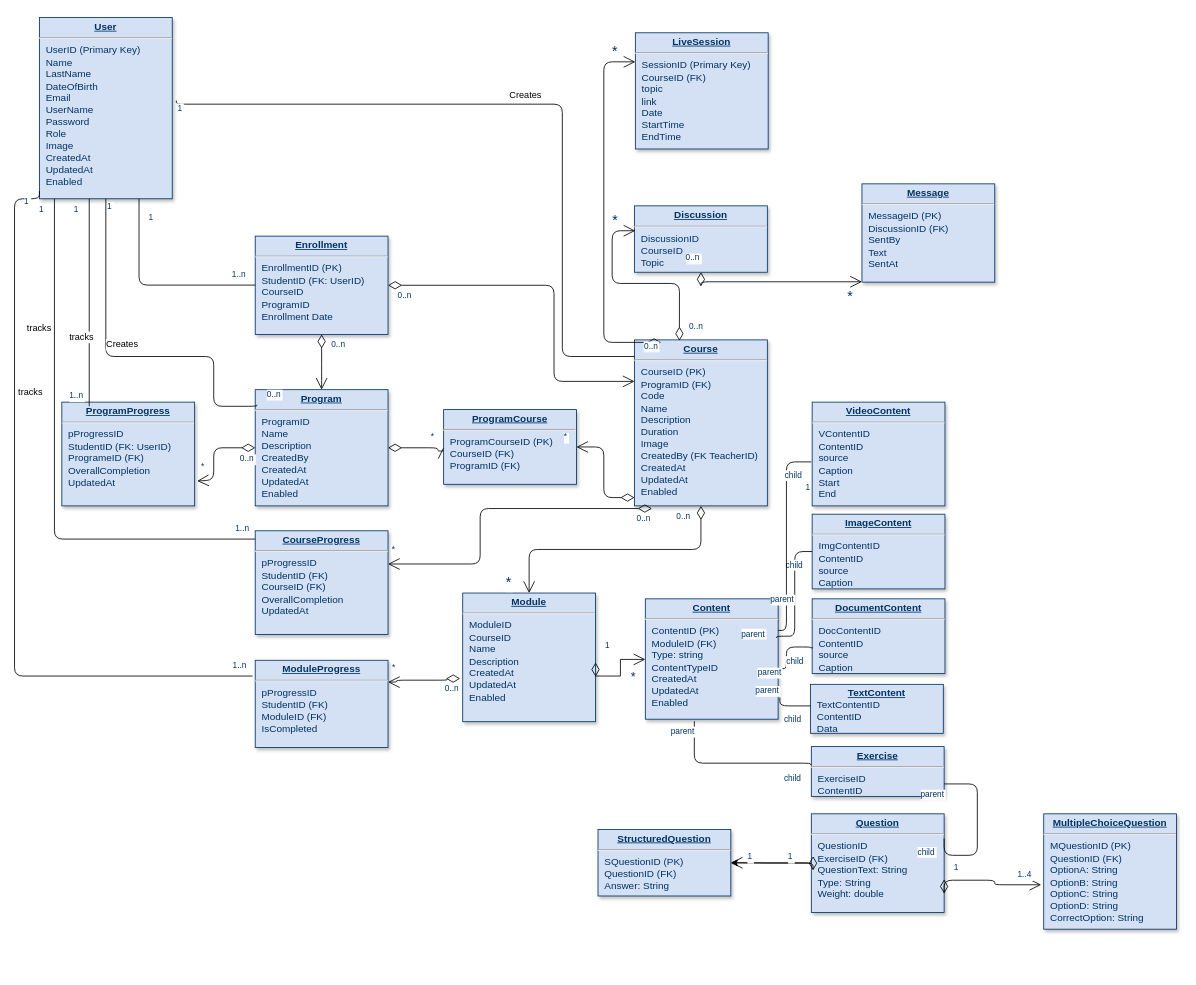
kingshowa/PFE_E-learning keeps this draw.io diagram as Diagrams/Database.drawio. Above is the earlier version. Source tidied: cells renumbered, new cells numbered last; positions are measured from the earlier drawing's top-left corner, leaving out a move shared by most shapes. Both pictures are drawn from the tidied source at 83%, with x=0, y=0 at pixel (14, 17).
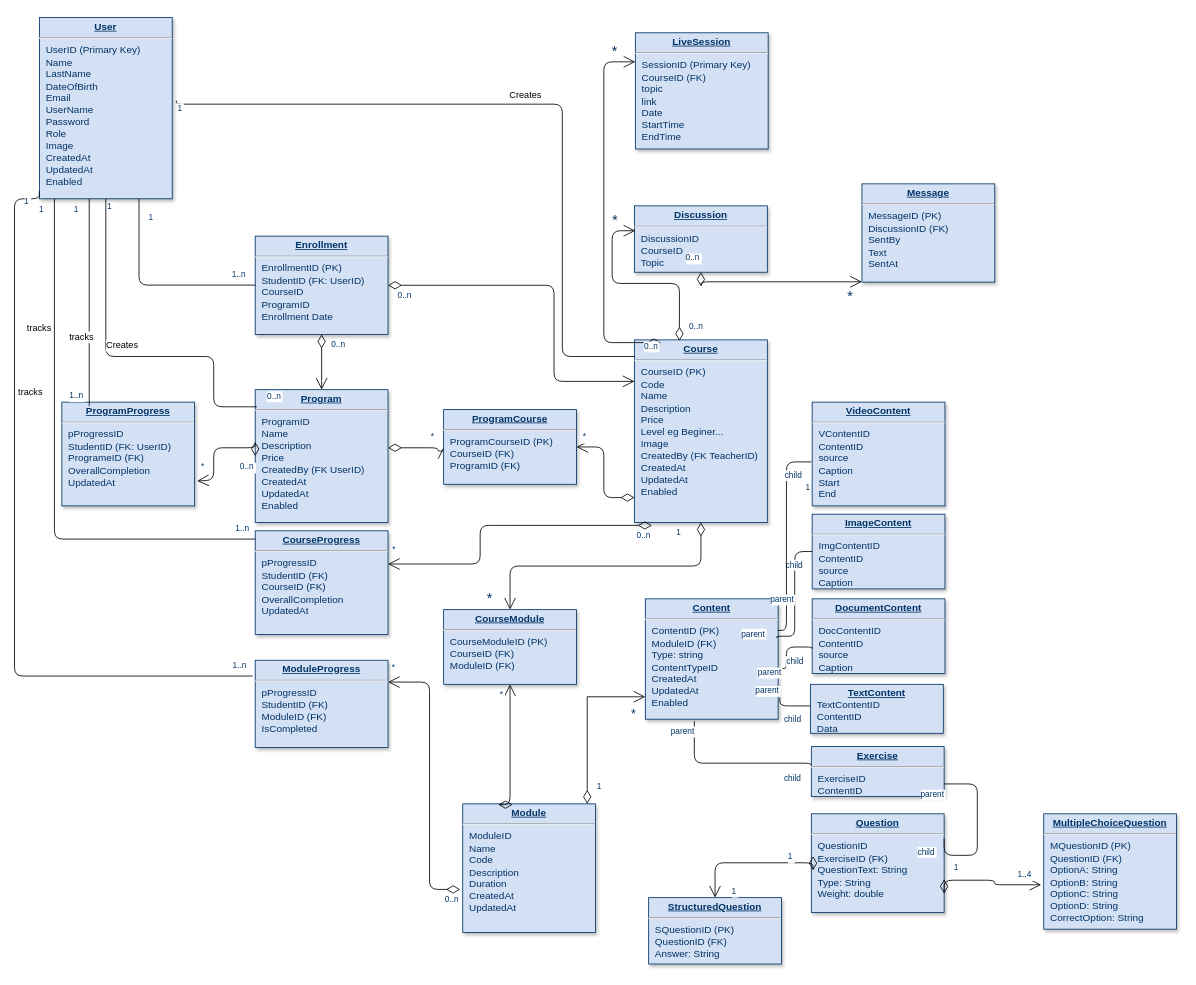
After the change.

The change refers to these unchanged cells:
```xml
<mxCell id="3" value="&lt;p style=&quot;margin: 0px; margin-top: 4px; text-align: center; text-decoration: underline;&quot;&gt;&lt;b&gt;Content&lt;/b&gt;&lt;/p&gt;&lt;hr&gt;&lt;p style=&quot;margin: 0px; margin-left: 8px;&quot;&gt;ContentID (PK)&lt;/p&gt;&lt;p style=&quot;margin: 0px; margin-left: 8px;&quot;&gt;ModuleID (FK)&lt;/p&gt;&lt;p style=&quot;margin: 0px; margin-left: 8px;&quot;&gt;Type: string&lt;/p&gt;&lt;p style=&quot;margin: 0px; margin-left: 8px;&quot;&gt;ContentTypeID&lt;/p&gt;&lt;p style=&quot;margin: 0px; margin-left: 8px;&quot;&gt;CreatedAt&lt;/p&gt;&lt;p style=&quot;margin: 0px; margin-left: 8px;&quot;&gt;UpdatedAt&lt;/p&gt;&lt;p style=&quot;margin: 0px; margin-left: 8px;&quot;&gt;Enabled&lt;/p&gt;" style="verticalAlign=top;align=left;overflow=fill;fontSize=12;fontFamily=Helvetica;html=1;strokeColor=#003366;shadow=1;fillColor=#D4E1F5;fontColor=#003366;" parent="1" vertex="1">
  <mxGeometry x="760" y="700" width="160" height="145" as="geometry" />
</mxCell>
<mxCell id="8" value="&lt;p style=&quot;margin: 0px; margin-top: 4px; text-align: center; text-decoration: underline;&quot;&gt;&lt;b&gt;Question&lt;/b&gt;&lt;/p&gt;&lt;hr&gt;&lt;p style=&quot;margin: 0px; margin-left: 8px;&quot;&gt;QuestionID&lt;/p&gt;&lt;p style=&quot;margin: 0px; margin-left: 8px;&quot;&gt;ExerciseID (FK)&lt;/p&gt;&lt;p style=&quot;margin: 0px; margin-left: 8px;&quot;&gt;QuestionText: String&lt;/p&gt;&lt;p style=&quot;margin: 0px; margin-left: 8px;&quot;&gt;Type: String&lt;/p&gt;&lt;p style=&quot;margin: 0px; margin-left: 8px;&quot;&gt;Weight: double&lt;/p&gt;" style="verticalAlign=top;align=left;overflow=fill;fontSize=12;fontFamily=Helvetica;html=1;strokeColor=#003366;shadow=1;fillColor=#D4E1F5;fontColor=#003366;" parent="1" vertex="1">
  <mxGeometry x="960" y="959" width="160" height="119" as="geometry" />
</mxCell>
<mxCell id="51" value="&lt;p style=&quot;margin: 0px; margin-top: 4px; text-align: center; text-decoration: underline;&quot;&gt;&lt;strong&gt;ModuleProgress&lt;/strong&gt;&lt;/p&gt;&lt;hr&gt;&lt;p style=&quot;margin: 0px; margin-left: 8px;&quot;&gt;pProgressID&lt;/p&gt;&lt;p style=&quot;margin: 0px; margin-left: 8px;&quot;&gt;StudentID (FK)&lt;/p&gt;&lt;p style=&quot;margin: 0px; margin-left: 8px;&quot;&gt;ModuleID (FK)&lt;/p&gt;&lt;p style=&quot;margin: 0px; margin-left: 8px;&quot;&gt;IsCompleted&lt;/p&gt;" style="verticalAlign=top;align=left;overflow=fill;fontSize=12;fontFamily=Helvetica;html=1;strokeColor=#003366;shadow=1;fillColor=#D4E1F5;fontColor=#003366;" parent="1" vertex="1">
  <mxGeometry x="290" y="774" width="160" height="105" as="geometry" />
</mxCell>
<mxCell id="97" style="endArrow=open;endSize=12;startArrow=diamondThin;startSize=14;startFill=0;edgeStyle=orthogonalEdgeStyle;entryX=1;entryY=0.5;entryDx=0;entryDy=0;" parent="1" edge="1" source="5" target="96">
  <mxGeometry x="519.4" y="200" as="geometry">
    <Array as="points">
      <mxPoint x="710" y="578" />
      <mxPoint x="710" y="517" />
    </Array>
  </mxGeometry>
</mxCell>
```

Change to the diagram source:
```diff
@@
-    <mxCell id="2" value="&lt;p style=&quot;margin: 0px; margin-top: 4px; text-align: center; text-decoration: underline;&quot;&gt;&lt;strong&gt;Program&lt;/strong&gt;&lt;/p&gt;&lt;hr&gt;&lt;p style=&quot;margin: 0px; margin-left: 8px;&quot;&gt;ProgramID&lt;/p&gt;&lt;p style=&quot;margin: 0px; margin-left: 8px;&quot;&gt;Name&lt;/p&gt;&lt;p style=&quot;margin: 0px; margin-left: 8px;&quot;&gt;Description&lt;/p&gt;&lt;p style=&quot;margin: 0px; margin-left: 8px;&quot;&gt;CreatedBy&lt;/p&gt;&lt;p style=&quot;margin: 0px; margin-left: 8px;&quot;&gt;CreatedAt&lt;/p&gt;&lt;p style=&quot;margin: 0px; margin-left: 8px;&quot;&gt;UpdatedAt&lt;/p&gt;&lt;p style=&quot;margin: 0px; margin-left: 8px;&quot;&gt;Enabled&lt;/p&gt;" style="verticalAlign=top;align=left;overflow=fill;fontSize=12;fontFamily=Helvetica;html=1;strokeColor=#003366;shadow=1;fillColor=#D4E1F5;fontColor=#003366;" parent="1" vertex="1">
-      <mxGeometry x="290" y="448" width="160" height="140" as="geometry" />
+    <mxCell id="2" value="&lt;p style=&quot;margin: 0px; margin-top: 4px; text-align: center; text-decoration: underline;&quot;&gt;&lt;strong&gt;Program&lt;/strong&gt;&lt;/p&gt;&lt;hr&gt;&lt;p style=&quot;margin: 0px; margin-left: 8px;&quot;&gt;ProgramID&lt;/p&gt;&lt;p style=&quot;margin: 0px; margin-left: 8px;&quot;&gt;Name&lt;/p&gt;&lt;p style=&quot;margin: 0px; margin-left: 8px;&quot;&gt;Description&lt;/p&gt;&lt;p style=&quot;margin: 0px; margin-left: 8px;&quot;&gt;Price&lt;/p&gt;&lt;p style=&quot;margin: 0px; margin-left: 8px;&quot;&gt;CreatedBy (FK UserID)&lt;/p&gt;&lt;p style=&quot;margin: 0px; margin-left: 8px;&quot;&gt;CreatedAt&lt;/p&gt;&lt;p style=&quot;margin: 0px; margin-left: 8px;&quot;&gt;UpdatedAt&lt;/p&gt;&lt;p style=&quot;margin: 0px; margin-left: 8px;&quot;&gt;Enabled&lt;/p&gt;" style="verticalAlign=top;align=left;overflow=fill;fontSize=12;fontFamily=Helvetica;html=1;strokeColor=#003366;shadow=1;fillColor=#D4E1F5;fontColor=#003366;" parent="1" vertex="1">
+      <mxGeometry x="290" y="448" width="160" height="160" as="geometry" />
     </mxCell>
@@
-    <mxCell id="5" value="&lt;p style=&quot;margin: 0px; margin-top: 4px; text-align: center; text-decoration: underline;&quot;&gt;&lt;b&gt;Course&lt;/b&gt;&lt;/p&gt;&lt;hr&gt;&lt;p style=&quot;margin: 0px; margin-left: 8px;&quot;&gt;CourseID (PK)&lt;/p&gt;&lt;p style=&quot;margin: 0px; margin-left: 8px;&quot;&gt;ProgramID (FK)&lt;/p&gt;&lt;p style=&quot;margin: 0px; margin-left: 8px;&quot;&gt;Code&lt;/p&gt;&lt;p style=&quot;margin: 0px; margin-left: 8px;&quot;&gt;Name&lt;/p&gt;&lt;p style=&quot;margin: 0px; margin-left: 8px;&quot;&gt;Description&lt;/p&gt;&lt;p style=&quot;margin: 0px; margin-left: 8px;&quot;&gt;Duration&lt;/p&gt;&lt;p style=&quot;margin: 0px; margin-left: 8px;&quot;&gt;Image&lt;/p&gt;&lt;p style=&quot;margin: 0px; margin-left: 8px;&quot;&gt;CreatedBy (FK TeacherID)&amp;nbsp;&lt;/p&gt;&lt;p style=&quot;margin: 0px; margin-left: 8px;&quot;&gt;CreatedAt&lt;/p&gt;&lt;p style=&quot;margin: 0px; margin-left: 8px;&quot;&gt;UpdatedAt&lt;/p&gt;&lt;p style=&quot;margin: 0px; margin-left: 8px;&quot;&gt;Enabled&lt;/p&gt;" style="verticalAlign=top;align=left;overflow=fill;fontSize=12;fontFamily=Helvetica;html=1;strokeColor=#003366;shadow=1;fillColor=#D4E1F5;fontColor=#003366;" parent="1" vertex="1">
-      <mxGeometry x="747" y="388" width="160" height="200" as="geometry" />
+    <mxCell id="5" value="&lt;p style=&quot;margin: 0px; margin-top: 4px; text-align: center; text-decoration: underline;&quot;&gt;&lt;b&gt;Course&lt;/b&gt;&lt;/p&gt;&lt;hr&gt;&lt;p style=&quot;margin: 0px; margin-left: 8px;&quot;&gt;CourseID (PK)&lt;/p&gt;&lt;p style=&quot;margin: 0px; margin-left: 8px;&quot;&gt;Code&lt;/p&gt;&lt;p style=&quot;margin: 0px; margin-left: 8px;&quot;&gt;Name&lt;/p&gt;&lt;p style=&quot;margin: 0px; margin-left: 8px;&quot;&gt;Description&lt;/p&gt;&lt;p style=&quot;margin: 0px; margin-left: 8px;&quot;&gt;Price&lt;/p&gt;&lt;p style=&quot;margin: 0px; margin-left: 8px;&quot;&gt;Level eg Beginer...&lt;/p&gt;&lt;p style=&quot;margin: 0px; margin-left: 8px;&quot;&gt;Image&lt;/p&gt;&lt;p style=&quot;margin: 0px; margin-left: 8px;&quot;&gt;CreatedBy (FK TeacherID)&amp;nbsp;&lt;/p&gt;&lt;p style=&quot;margin: 0px; margin-left: 8px;&quot;&gt;CreatedAt&lt;/p&gt;&lt;p style=&quot;margin: 0px; margin-left: 8px;&quot;&gt;UpdatedAt&lt;/p&gt;&lt;p style=&quot;margin: 0px; margin-left: 8px;&quot;&gt;Enabled&lt;/p&gt;" style="verticalAlign=top;align=left;overflow=fill;fontSize=12;fontFamily=Helvetica;html=1;strokeColor=#003366;shadow=1;fillColor=#D4E1F5;fontColor=#003366;" parent="1" vertex="1">
+      <mxGeometry x="747" y="388" width="160" height="220" as="geometry" />
     </mxCell>
@@
-    <mxCell id="7" style="edgeStyle=orthogonalEdgeStyle;rounded=0;jettySize=auto;html=1;" parent="1" edge="1" source="8" target="65">
-      <mxGeometry relative="1" as="geometry" />
-    </mxCell>
@@
-    <mxCell id="9" value="&lt;p style=&quot;margin: 0px; margin-top: 4px; text-align: center; text-decoration: underline;&quot;&gt;&lt;b&gt;Module&lt;/b&gt;&lt;/p&gt;&lt;hr&gt;&lt;p style=&quot;margin: 0px; margin-left: 8px;&quot;&gt;ModuleID&lt;/p&gt;&lt;p style=&quot;margin: 0px; margin-left: 8px;&quot;&gt;CourseID&lt;/p&gt;&lt;p style=&quot;margin: 0px; margin-left: 8px;&quot;&gt;Name&lt;/p&gt;&lt;p style=&quot;margin: 0px; margin-left: 8px;&quot;&gt;Description&lt;/p&gt;&lt;p style=&quot;margin: 0px; margin-left: 8px;&quot;&gt;CreatedAt&lt;/p&gt;&lt;p style=&quot;margin: 0px; margin-left: 8px;&quot;&gt;UpdatedAt&lt;/p&gt;&lt;p style=&quot;margin: 0px; margin-left: 8px;&quot;&gt;Enabled&lt;/p&gt;" style="verticalAlign=top;align=left;overflow=fill;fontSize=12;fontFamily=Helvetica;html=1;strokeColor=#003366;shadow=1;fillColor=#D4E1F5;fontColor=#003366;" parent="1" vertex="1">
-      <mxGeometry x="540" y="693" width="160" height="155" as="geometry" />
+    <mxCell id="9" value="&lt;p style=&quot;margin: 0px; margin-top: 4px; text-align: center; text-decoration: underline;&quot;&gt;&lt;b&gt;Module&lt;/b&gt;&lt;/p&gt;&lt;hr&gt;&lt;p style=&quot;margin: 0px; margin-left: 8px;&quot;&gt;ModuleID&lt;/p&gt;&lt;p style=&quot;margin: 0px; margin-left: 8px;&quot;&gt;Name&lt;/p&gt;&lt;p style=&quot;margin: 0px; margin-left: 8px;&quot;&gt;Code&lt;/p&gt;&lt;p style=&quot;margin: 0px; margin-left: 8px;&quot;&gt;Description&lt;/p&gt;&lt;p style=&quot;margin: 0px; margin-left: 8px;&quot;&gt;Duration&lt;/p&gt;&lt;p style=&quot;margin: 0px; margin-left: 8px;&quot;&gt;CreatedAt&lt;/p&gt;&lt;p style=&quot;margin: 0px; margin-left: 8px;&quot;&gt;UpdatedAt&lt;/p&gt;" style="verticalAlign=top;align=left;overflow=fill;fontSize=12;fontFamily=Helvetica;html=1;strokeColor=#003366;shadow=1;fillColor=#D4E1F5;fontColor=#003366;" parent="1" vertex="1">
+      <mxGeometry x="540" y="947" width="160" height="155" as="geometry" />
     </mxCell>
@@
-    <mxCell id="13" style="endArrow=open;endSize=12;startArrow=diamondThin;startSize=14;startFill=0;edgeStyle=orthogonalEdgeStyle;exitX=1;exitY=0.54;rounded=0;exitDx=0;exitDy=0;exitPerimeter=0;" parent="1" edge="1" source="9" target="3">
+    <mxCell id="13" style="endArrow=open;endSize=12;startArrow=diamondThin;startSize=14;startFill=0;edgeStyle=orthogonalEdgeStyle;rounded=0;" parent="1" edge="1" source="9" target="3">
       <mxGeometry x="769.4" y="450" as="geometry">
         <Array as="points">
-          <mxPoint x="700" y="793" />
-          <mxPoint x="730" y="793" />
-          <mxPoint x="730" y="773" />
+          <mxPoint x="690" y="818" />
         </Array>
       </mxGeometry>
     </mxCell>
@@
-    <mxCell id="18" style="endArrow=open;endSize=12;startArrow=diamondThin;startSize=14;startFill=0;edgeStyle=orthogonalEdgeStyle;exitX=0.5;exitY=1;exitDx=0;exitDy=0;" parent="1" edge="1" source="5" target="9">
+    <mxCell id="18" style="endArrow=open;endSize=12;startArrow=diamondThin;startSize=14;startFill=0;edgeStyle=orthogonalEdgeStyle;exitX=0.5;exitY=1;exitDx=0;exitDy=0;" parent="1" edge="1" source="5" target="99">
       <mxGeometry x="369.4" y="360" as="geometry" />
     </mxCell>
-    <mxCell id="19" value="0..n" style="align=left;verticalAlign=top;labelBackgroundColor=#ffffff;fontSize=10;strokeColor=#003366;shadow=1;fillColor=#D4E1F5;fontColor=#003366;" parent="18" vertex="1">
+    <mxCell id="19" value="1" style="align=left;verticalAlign=top;labelBackgroundColor=#ffffff;fontSize=10;strokeColor=#003366;shadow=1;fillColor=#D4E1F5;fontColor=#003366;" parent="18" vertex="1">
       <mxGeometry x="-1" relative="1" as="geometry">
         <mxPoint x="-31.1" as="offset" />
       </mxGeometry>
     </mxCell>
@@
     <mxCell id="65" value="&lt;p style=&quot;margin: 0px; margin-top: 4px; text-align: center; text-decoration: underline;&quot;&gt;&lt;b&gt;StructuredQuestion&lt;/b&gt;&lt;/p&gt;&lt;hr&gt;&lt;p style=&quot;margin: 0px; margin-left: 8px;&quot;&gt;SQuestionID (PK)&lt;/p&gt;&lt;p style=&quot;margin: 0px; margin-left: 8px;&quot;&gt;QuestionID&amp;nbsp;&lt;span style=&quot;background-color: initial;&quot;&gt;(FK)&lt;/span&gt;&lt;/p&gt;&lt;p style=&quot;margin: 0px; margin-left: 8px;&quot;&gt;Answer: String&lt;/p&gt;" style="verticalAlign=top;align=left;overflow=fill;fontSize=12;fontFamily=Helvetica;html=1;strokeColor=#003366;shadow=1;fillColor=#D4E1F5;fontColor=#003366;" parent="1" vertex="1">
-      <mxGeometry x="703" y="978" width="160" height="80" as="geometry" />
+      <mxGeometry x="764" y="1060" width="160" height="80" as="geometry" />
     </mxCell>
@@
-    <mxCell id="69" style="endArrow=open;endSize=12;startArrow=diamondThin;startSize=14;startFill=0;edgeStyle=orthogonalEdgeStyle;exitX=0.013;exitY=0.429;exitDx=0;exitDy=0;exitPerimeter=0;entryX=1;entryY=0.5;entryDx=0;entryDy=0;" parent="1" edge="1" source="8" target="65">
+    <mxCell id="69" style="endArrow=open;endSize=12;startArrow=diamondThin;startSize=14;startFill=0;edgeStyle=orthogonalEdgeStyle;exitX=0.013;exitY=0.429;exitDx=0;exitDy=0;exitPerimeter=0;entryX=0.5;entryY=0;entryDx=0;entryDy=0;" parent="1" edge="1" source="8" target="65">
       <mxGeometry x="519.4" y="200" as="geometry">
         <Array as="points">
           <mxPoint x="962" y="1018" />
+          <mxPoint x="844" y="1018" />
         </Array>
       </mxGeometry>
     </mxCell>
@@
     <mxCell id="93" style="endArrow=open;endSize=12;startArrow=diamondThin;startSize=14;startFill=0;edgeStyle=orthogonalEdgeStyle;exitX=-0.019;exitY=0.665;exitDx=0;exitDy=0;exitPerimeter=0;entryX=1;entryY=0.25;entryDx=0;entryDy=0;" parent="1" edge="1" source="9" target="51">
       <mxGeometry x="519.4" y="200" as="geometry">
         <Array as="points">
-          <mxPoint x="521" y="796" />
-          <mxPoint x="521" y="798" />
-          <mxPoint x="460" y="798" />
-          <mxPoint x="460" y="800" />
+          <mxPoint x="500" y="1050" />
+          <mxPoint x="500" y="800" />
         </Array>
       </mxGeometry>
     </mxCell>
@@
     <mxCell id="98" value="*" style="align=right;verticalAlign=top;labelBackgroundColor=#ffffff;fontSize=10;strokeColor=#003366;shadow=1;fillColor=#D4E1F5;fontColor=#003366;" parent="97" vertex="1">
       <mxGeometry x="1" relative="1" as="geometry">
-        <mxPoint x="-10" y="-25" as="offset" />
+        <mxPoint x="13" y="-25" as="offset" />
       </mxGeometry>
     </mxCell>
+    <mxCell id="99" value="&lt;p style=&quot;margin: 0px; margin-top: 4px; text-align: center; text-decoration: underline;&quot;&gt;&lt;b&gt;CourseModule&lt;/b&gt;&lt;/p&gt;&lt;hr&gt;&lt;p style=&quot;margin: 0px; margin-left: 8px;&quot;&gt;CourseModuleID (PK)&lt;/p&gt;&lt;p style=&quot;margin: 0px; margin-left: 8px;&quot;&gt;CourseID (FK)&lt;/p&gt;&lt;p style=&quot;margin: 0px; margin-left: 8px;&quot;&gt;ModuleID (FK)&lt;/p&gt;" style="verticalAlign=top;align=left;overflow=fill;fontSize=12;fontFamily=Helvetica;html=1;strokeColor=#003366;shadow=1;fillColor=#D4E1F5;fontColor=#003366;" parent="1" vertex="1">
+      <mxGeometry x="517" y="713" width="160" height="90" as="geometry" />
+    </mxCell>
+    <mxCell id="100" style="endArrow=open;endSize=12;startArrow=diamondThin;startSize=14;startFill=0;edgeStyle=orthogonalEdgeStyle;entryX=0.5;entryY=1;entryDx=0;entryDy=0;" parent="1" edge="1" target="99">
+      <mxGeometry x="519.4" y="200" as="geometry">
+        <mxPoint x="600" y="948" as="sourcePoint" />
+        <Array as="points">
+          <mxPoint x="597" y="948" />
+        </Array>
+      </mxGeometry>
+    </mxCell>
+    <mxCell id="101" value="*" style="align=right;verticalAlign=top;labelBackgroundColor=#ffffff;fontSize=10;strokeColor=#003366;shadow=1;fillColor=#D4E1F5;fontColor=#003366;" parent="100" vertex="1">
+      <mxGeometry x="1" relative="1" as="geometry">
+        <mxPoint x="-7" as="offset" />
+      </mxGeometry>
+    </mxCell>
```
